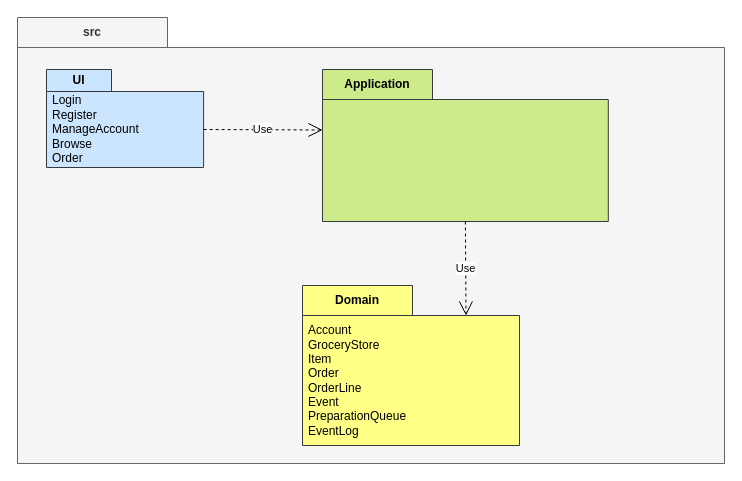
Before: Documentation/Phase 2/ShopEasy_Package-Diagram.drawio in blondedzero/Init-to-Win-It_SOEN-343-HI_MTL-Eats-Project_F26, a draw.io diagram. Source tidied: cells renumbered, new cells numbered last; positions are measured from the earlier drawing's top-left corner, leaving out a move shared by most shapes. Both pictures are drawn from the tidied source at 100%, with x=0, y=0 at pixel (17, 17).
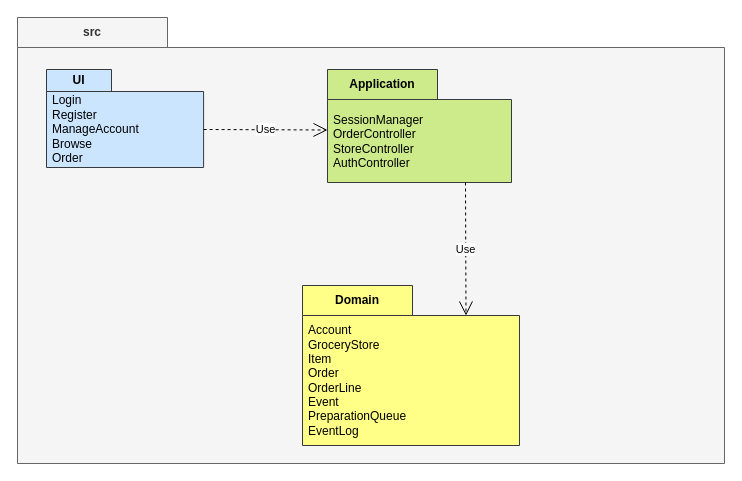
The same diagram, later.

Commit message:
Completed MOST of the Package Diagram

I need to see how the database will be set up in order to add the Foundation layer onto the diagram.

Diff of the diagram source:
```diff
@@
 <mxGraphModel>
   <root>
     <mxCell id="0" />
     <mxCell id="1" parent="0" />
     <mxCell id="2" value="src" style="shape=folder;fontStyle=1;tabWidth=150;tabHeight=30;tabPosition=left;html=1;boundedLbl=1;labelInHeader=1;whiteSpace=wrap;fillColor=#f5f5f5;strokeColor=#666666;fontColor=#333333;" parent="1" vertex="1">
       <mxGeometry width="707" height="446" as="geometry" />
     </mxCell>
     <mxCell id="3" value="UI" style="shape=folder;fontStyle=1;tabWidth=65;tabHeight=22;tabPosition=left;html=1;boundedLbl=1;labelInHeader=1;whiteSpace=wrap;fillColor=#cce5ff;strokeColor=#36393d;" parent="2" vertex="1">
       <mxGeometry x="29" y="52" width="157.1" height="98" as="geometry" />
     </mxCell>
     <mxCell id="4" value="&lt;div&gt;&lt;span style=&quot;background-color: transparent; color: light-dark(rgb(0, 0, 0), rgb(255, 255, 255));&quot;&gt;Login&lt;/span&gt;&lt;/div&gt;&lt;div&gt;Register&lt;/div&gt;&lt;div&gt;ManageAccount&lt;/div&gt;&lt;div&gt;Browse&lt;/div&gt;&lt;div&gt;Order&lt;/div&gt;&lt;div&gt;&lt;br&gt;&lt;/div&gt;" style="html=1;strokeColor=none;fillColor=none;whiteSpace=wrap;align=left;labelPosition=center;verticalLabelPosition=middle;verticalAlign=middle;" parent="3" vertex="1">
       <mxGeometry width="154.95" height="65.82" relative="1" as="geometry">
         <mxPoint x="4" y="34" as="offset" />
       </mxGeometry>
     </mxCell>
     <mxCell id="5" value="Domain" style="shape=folder;fontStyle=1;tabWidth=110;tabHeight=30;tabPosition=left;html=1;boundedLbl=1;labelInHeader=1;whiteSpace=wrap;fillColor=#ffff88;strokeColor=#36393d;" parent="2" vertex="1">
       <mxGeometry x="285" y="268" width="217" height="160" as="geometry" />
     </mxCell>
     <mxCell id="6" value="&lt;div&gt;&lt;br&gt;&lt;/div&gt;&lt;div&gt;&lt;br&gt;&lt;/div&gt;Account&lt;div&gt;GroceryStore&lt;div&gt;Item&lt;/div&gt;&lt;div&gt;Order&lt;/div&gt;&lt;div&gt;OrderLine&lt;/div&gt;&lt;div&gt;Event&lt;/div&gt;&lt;div&gt;PreparationQueue&lt;/div&gt;&lt;div&gt;EventLog&lt;/div&gt;&lt;div&gt;&lt;br&gt;&lt;/div&gt;&lt;/div&gt;" style="html=1;strokeColor=none;fillColor=none;whiteSpace=wrap;align=left;labelPosition=center;verticalLabelPosition=middle;verticalAlign=middle;" parent="5" vertex="1">
       <mxGeometry width="214.02" height="107.8" relative="1" as="geometry">
         <mxPoint x="4" y="34" as="offset" />
       </mxGeometry>
     </mxCell>
     <mxCell id="7" value="Application" style="shape=folder;fontStyle=1;tabWidth=110;tabHeight=30;tabPosition=left;html=1;boundedLbl=1;labelInHeader=1;whiteSpace=wrap;fillColor=#cdeb8b;strokeColor=#36393d;" parent="2" vertex="1">
-      <mxGeometry x="305" y="52" width="285.8" height="152" as="geometry" />
+      <mxGeometry x="310" y="52" width="184" height="113" as="geometry" />
     </mxCell>
-    <mxCell id="8" style="html=1;strokeColor=none;fillColor=none;whiteSpace=wrap;align=left;labelPosition=center;verticalLabelPosition=middle;verticalAlign=middle;" parent="7" vertex="1">
-      <mxGeometry width="281.82" height="102.09" relative="1" as="geometry">
+    <mxCell id="8" value="SessionManager&lt;div&gt;OrderController&lt;/div&gt;&lt;div&gt;StoreController&lt;/div&gt;&lt;div&gt;AuthController&lt;/div&gt;" style="html=1;strokeColor=none;fillColor=none;whiteSpace=wrap;align=left;labelPosition=center;verticalLabelPosition=middle;verticalAlign=middle;" parent="7" vertex="1">
+      <mxGeometry width="181.47" height="75.89" relative="1" as="geometry">
         <mxPoint x="4" y="34" as="offset" />
       </mxGeometry>
     </mxCell>
     <mxCell id="9" value="Use" style="endArrow=open;endSize=12;dashed=1;html=1;rounded=0;entryX=0;entryY=0;entryDx=0;entryDy=60.5;entryPerimeter=0;exitX=0;exitY=0;exitDx=157.11;exitDy=60;exitPerimeter=0;" parent="2" edge="1" source="3" target="7">
       <mxGeometry relative="1" as="geometry" />
     </mxCell>
-    <mxCell id="10" value="Use" style="endArrow=open;endSize=12;dashed=1;html=1;rounded=0;exitX=0.5;exitY=1;exitDx=0;exitDy=0;exitPerimeter=0;entryX=0;entryY=0;entryDx=163.5;entryDy=30;entryPerimeter=0;" parent="2" edge="1" source="7" target="5">
+    <mxCell id="10" value="Use" style="endArrow=open;endSize=12;dashed=1;html=1;rounded=0;exitX=0.75;exitY=1;exitDx=0;exitDy=0;exitPerimeter=0;entryX=0;entryY=0;entryDx=163.5;entryDy=30;entryPerimeter=0;" parent="2" edge="1" source="7" target="5">
       <mxGeometry relative="1" as="geometry" />
     </mxCell>
   </root>
 </mxGraphModel>
```
